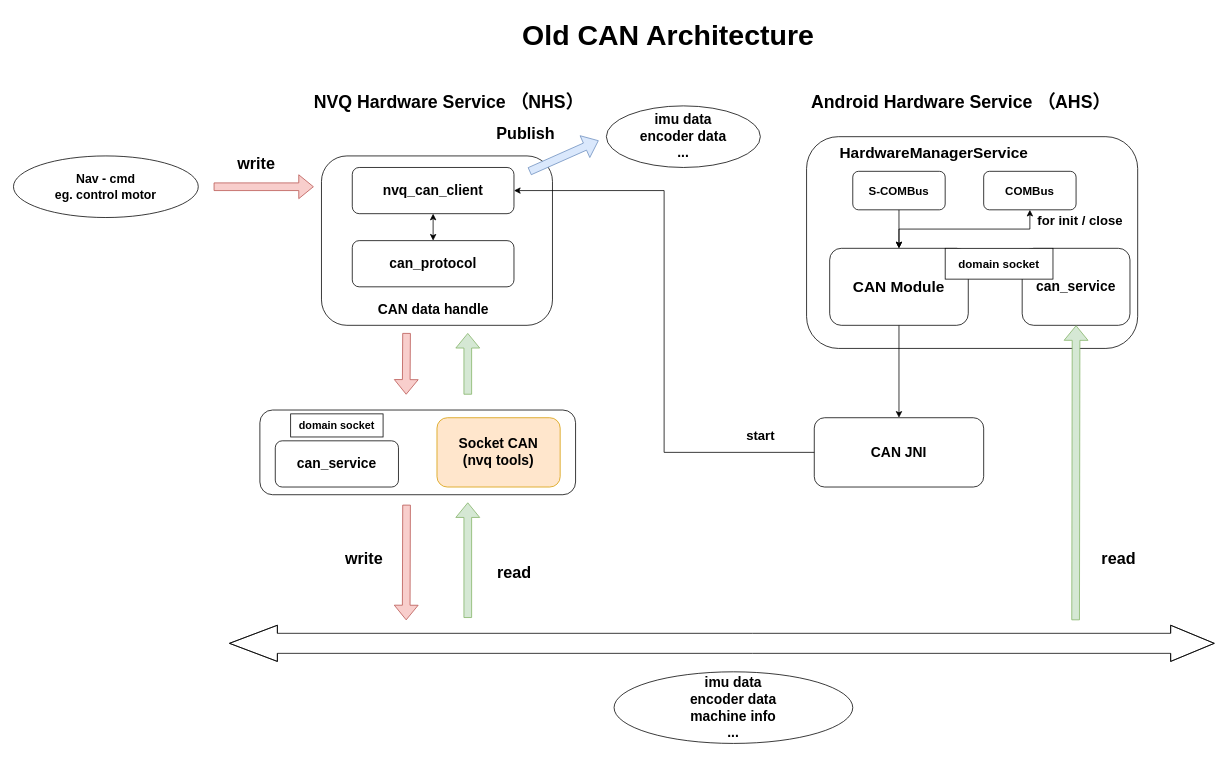
Jev0987/drawioFile keeps this draw.io diagram as page "旧主从板CAN结构" (8 of 11) of nvq hardware学习.drawio. Above is the earlier version. Source tidied: cells renumbered, new cells numbered last; positions are measured from the earlier drawing's top-left corner, leaving out a move shared by most shapes. Both pictures are drawn from the tidied source at 77%, with x=0, y=0 at pixel (13, 13).
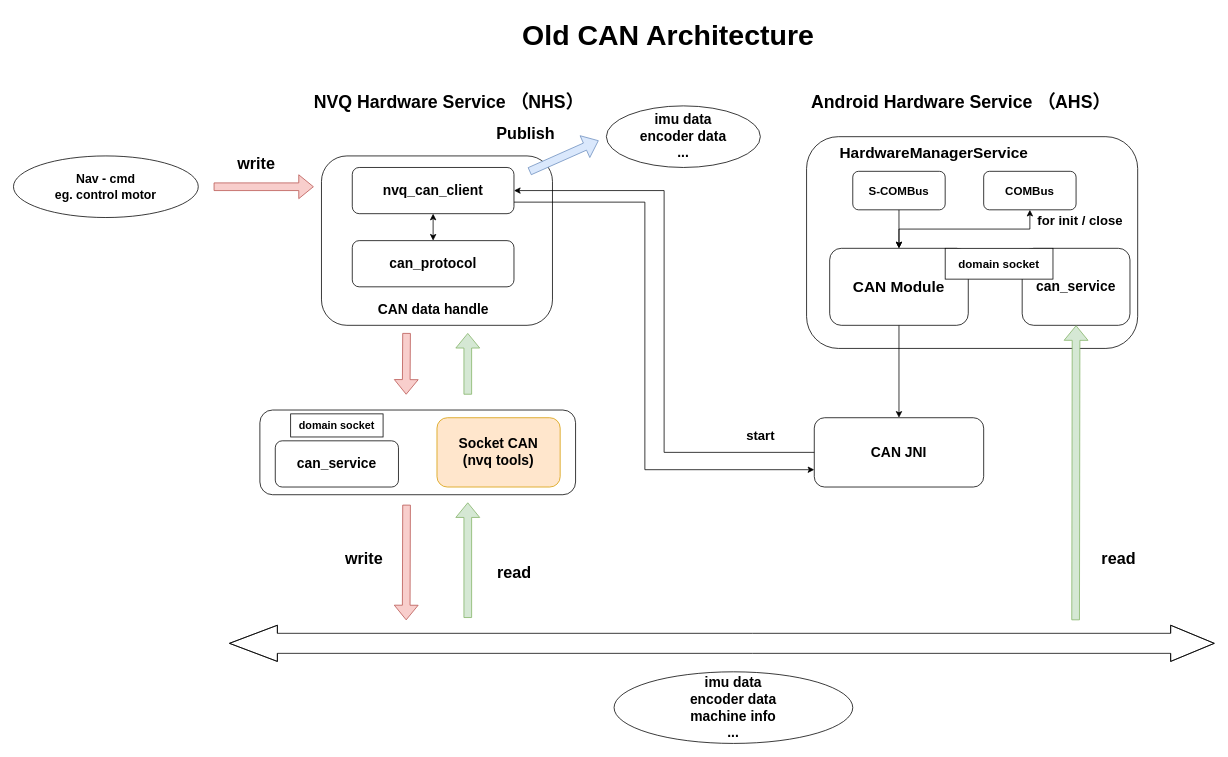
After the change.

The change refers to these unchanged cells:
```xml
<mxCell id="6" value="&lt;b&gt;nvq_can_client&lt;/b&gt;" style="rounded=1;whiteSpace=wrap;html=1;fontSize=18;" parent="1" vertex="1">
  <mxGeometry x="440" y="200" width="210" height="60" as="geometry" />
</mxCell>
<mxCell id="11" value="&lt;b&gt;CAN JNI&lt;/b&gt;" style="rounded=1;whiteSpace=wrap;html=1;fontSize=18;" parent="1" vertex="1">
  <mxGeometry x="1040" y="525" width="220" height="90" as="geometry" />
</mxCell>
```

Diff of the diagram source:
```diff
@@
+    <mxCell id="44" style="edgeStyle=orthogonalEdgeStyle;rounded=0;jettySize=auto;html=1;exitX=1;exitY=0.75;exitDx=0;exitDy=0;entryX=0;entryY=0.75;entryDx=0;entryDy=0;" parent="1" edge="1" source="6" target="11">
+      <mxGeometry relative="1" as="geometry">
+        <Array as="points">
+          <mxPoint x="820" y="245" />
+          <mxPoint x="820" y="593" />
+        </Array>
+      </mxGeometry>
+    </mxCell>
```
